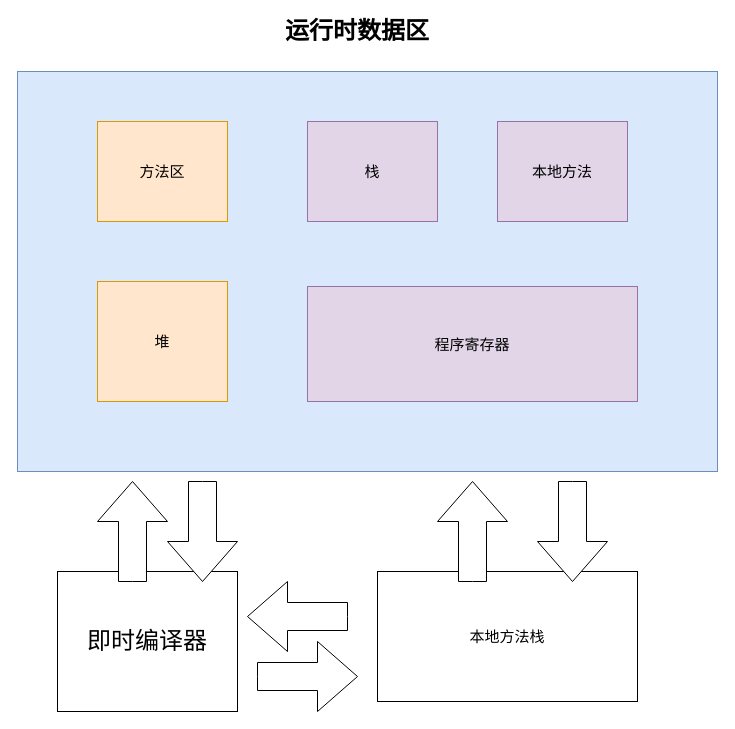
Earlier version of the draw.io diagram page "运行时数据区" (2 of 2) of Untitled Diagram.drawio (yuluofengchuiqu/ALAE). Source tidied: cells renumbered, new cells numbered last; positions are measured from the earlier drawing's top-left corner, leaving out a move shared by most shapes. Both pictures are drawn from the tidied source at 100%, with x=0, y=0 at pixel (17, 21).
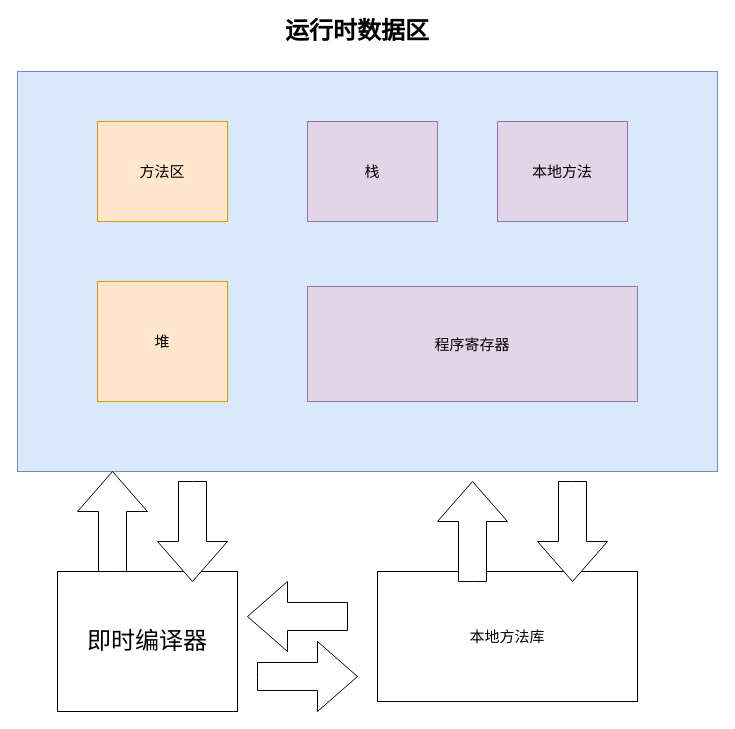
After the change.

Diff of the diagram source:
```diff
@@
 <mxGraphModel>
   <root>
     <mxCell id="0" />
     <mxCell id="1" parent="0" />
     <mxCell id="2" style="rounded=0;whiteSpace=wrap;html=1;fontSize=15;fillColor=#dae8fc;strokeColor=#6c8ebf;" parent="1" vertex="1">
       <mxGeometry y="50" width="700" height="400" as="geometry" />
     </mxCell>
     <mxCell id="3" value="运行时数据区" style="text;html=1;strokeColor=none;fillColor=none;align=center;verticalAlign=middle;whiteSpace=wrap;rounded=0;fontSize=24;fontStyle=1;" parent="1" vertex="1">
       <mxGeometry x="240" width="200" height="20" as="geometry" />
     </mxCell>
     <mxCell id="4" value="方法区" style="rounded=0;whiteSpace=wrap;html=1;fontSize=15;labelBackgroundColor=none;fillColor=#ffe6cc;strokeColor=#d79b00;" parent="1" vertex="1">
       <mxGeometry x="80" y="100" width="130" height="100" as="geometry" />
     </mxCell>
     <mxCell id="5" value="堆" style="rounded=0;whiteSpace=wrap;html=1;fontSize=15;fillColor=#ffe6cc;strokeColor=#d79b00;" parent="1" vertex="1">
       <mxGeometry x="80" y="260" width="130" height="120" as="geometry" />
     </mxCell>
     <mxCell id="6" value="栈" style="rounded=0;whiteSpace=wrap;html=1;fontSize=15;labelBackgroundColor=none;fillColor=#e1d5e7;strokeColor=#9673a6;" parent="1" vertex="1">
       <mxGeometry x="290" y="100" width="130" height="100" as="geometry" />
     </mxCell>
     <mxCell id="7" value="本地方法" style="rounded=0;whiteSpace=wrap;html=1;fontSize=15;labelBackgroundColor=none;fillColor=#e1d5e7;strokeColor=#9673a6;" parent="1" vertex="1">
       <mxGeometry x="480" y="100" width="130" height="100" as="geometry" />
     </mxCell>
     <mxCell id="8" value="程序寄存器" style="rounded=0;whiteSpace=wrap;html=1;fontSize=15;labelBackgroundColor=none;fillColor=#e1d5e7;strokeColor=#9673a6;" parent="1" vertex="1">
       <mxGeometry x="290" y="265" width="330" height="115" as="geometry" />
     </mxCell>
     <mxCell id="9" value="即时编译器" style="rounded=0;whiteSpace=wrap;html=1;labelBackgroundColor=none;fontSize=24;" parent="1" vertex="1">
       <mxGeometry x="40" y="550" width="180" height="140" as="geometry" />
     </mxCell>
-    <mxCell id="10" value="本地方法栈" style="rounded=0;whiteSpace=wrap;html=1;fontSize=15;labelBackgroundColor=none;" parent="1" vertex="1">
+    <mxCell id="10" value="本地方法库" style="rounded=0;whiteSpace=wrap;html=1;fontSize=15;labelBackgroundColor=none;" parent="1" vertex="1">
       <mxGeometry x="360" y="550" width="260" height="130" as="geometry" />
     </mxCell>
     <mxCell id="11" style="html=1;shadow=0;dashed=0;align=center;verticalAlign=middle;shape=mxgraph.arrows2.arrow;dy=0.6;dx=40;direction=north;notch=0;labelBackgroundColor=none;fontSize=24;" parent="1" vertex="1">
-      <mxGeometry x="80" y="460" width="70" height="100" as="geometry" />
+      <mxGeometry x="60" y="450" width="70" height="100" as="geometry" />
     </mxCell>
     <mxCell id="12" style="html=1;shadow=0;dashed=0;align=center;verticalAlign=middle;shape=mxgraph.arrows2.arrow;dy=0.6;dx=40;direction=south;notch=0;labelBackgroundColor=none;fontSize=24;" parent="1" vertex="1">
-      <mxGeometry x="150" y="460" width="70" height="100" as="geometry" />
+      <mxGeometry x="140" y="460" width="70" height="100" as="geometry" />
     </mxCell>
     <mxCell id="13" style="html=1;shadow=0;dashed=0;align=center;verticalAlign=middle;shape=mxgraph.arrows2.arrow;dy=0.6;dx=40;flipH=1;notch=0;labelBackgroundColor=none;fontSize=24;" parent="1" vertex="1">
       <mxGeometry x="230" y="560" width="100" height="70" as="geometry" />
     </mxCell>
     <mxCell id="14" style="html=1;shadow=0;dashed=0;align=center;verticalAlign=middle;shape=mxgraph.arrows2.arrow;dy=0.6;dx=40;notch=0;labelBackgroundColor=none;fontSize=24;" parent="1" vertex="1">
       <mxGeometry x="240" y="620" width="100" height="70" as="geometry" />
     </mxCell>
     <mxCell id="15" style="html=1;shadow=0;dashed=0;align=center;verticalAlign=middle;shape=mxgraph.arrows2.arrow;dy=0.6;dx=40;direction=north;notch=0;labelBackgroundColor=none;fontSize=24;" parent="1" vertex="1">
       <mxGeometry x="420" y="460" width="70" height="100" as="geometry" />
     </mxCell>
     <mxCell id="16" style="html=1;shadow=0;dashed=0;align=center;verticalAlign=middle;shape=mxgraph.arrows2.arrow;dy=0.6;dx=40;direction=south;notch=0;labelBackgroundColor=none;fontSize=24;" parent="1" vertex="1">
       <mxGeometry x="520" y="460" width="70" height="100" as="geometry" />
     </mxCell>
   </root>
 </mxGraphModel>
```
